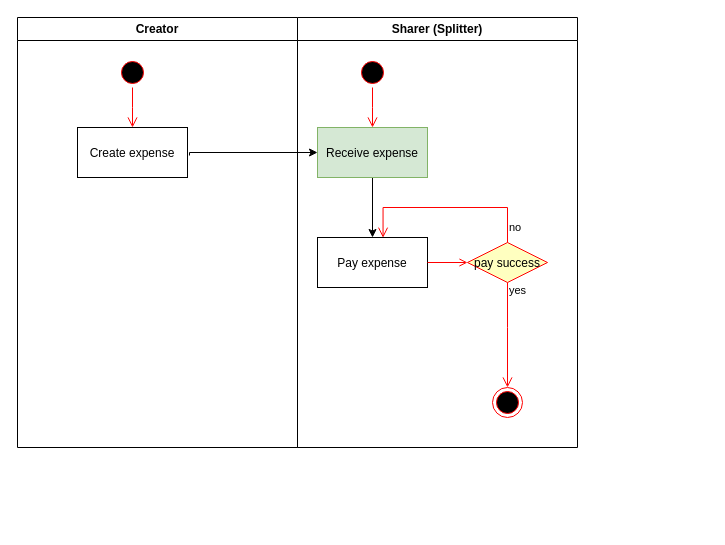
This is diagrams/DeSplitly.drawio from khoa-nvk/desplitly, a draw.io file, before an edit. Source tidied: cells renumbered, new cells numbered last; positions are measured from the earlier drawing's top-left corner, leaving out a move shared by most shapes. Both pictures are drawn from the tidied source at 100%, with x=0, y=0 at pixel (17, 17).
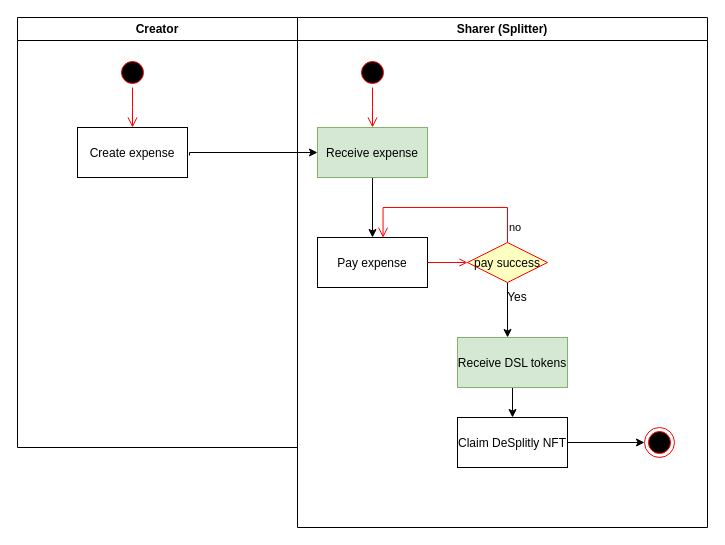
The same diagram, later.

The change refers to these unchanged cells:
```xml
<mxCell id="12" value="pay success" style="rhombus;fillColor=#ffffc0;strokeColor=#ff0000;" parent="6" vertex="1">
  <mxGeometry x="170" y="225" width="80" height="40" as="geometry" />
</mxCell>
```

What changed in the source:
```diff
@@
     <mxCell id="6" value="Sharer (Splitter)" style="swimlane;whiteSpace=wrap;" parent="1" vertex="1">
-      <mxGeometry x="280" width="280" height="430" as="geometry" />
+      <mxGeometry x="280" width="410" height="510" as="geometry" />
     </mxCell>
@@
+    <mxCell id="18" style="edgeStyle=orthogonalEdgeStyle;rounded=0;jettySize=auto;html=1;exitX=0.5;exitY=1;exitDx=0;exitDy=0;entryX=0.455;entryY=0;entryDx=0;entryDy=0;entryPerimeter=0;" parent="6" edge="1" source="12" target="20">
+      <mxGeometry relative="1" as="geometry" />
+    </mxCell>
@@
-    <mxCell id="13" value="yes" style="edgeStyle=elbowEdgeStyle;elbow=horizontal;align=left;verticalAlign=top;endArrow=open;endSize=8;strokeColor=#FF0000;endFill=1;rounded=0;entryX=0.5;entryY=0;entryDx=0;entryDy=0;" parent="6" edge="1" source="12" target="15">
-      <mxGeometry x="-1" y="-5" relative="1" as="geometry">
-        <Array as="points">
-          <mxPoint x="210" y="310" />
-        </Array>
-        <mxPoint x="5" y="-5" as="offset" />
-      </mxGeometry>
-    </mxCell>
@@
     <mxCell id="15" style="ellipse;html=1;shape=endState;fillColor=#000000;strokeColor=#ff0000;" parent="6" vertex="1">
-      <mxGeometry x="195" y="370" width="30" height="30" as="geometry" />
+      <mxGeometry x="347" y="410" width="30" height="30" as="geometry" />
     </mxCell>
@@
+    <mxCell id="19" style="edgeStyle=orthogonalEdgeStyle;rounded=0;jettySize=auto;html=1;" parent="6" edge="1" source="20" target="23">
+      <mxGeometry relative="1" as="geometry" />
+    </mxCell>
+    <mxCell id="20" value="Receive DSL tokens" style="fillColor=#d5e8d4;strokeColor=#82b366;" parent="6" vertex="1">
+      <mxGeometry x="160" y="320" width="110" height="50" as="geometry" />
+    </mxCell>
+    <mxCell id="21" value="Yes" style="text;html=1;strokeColor=none;fillColor=none;align=center;verticalAlign=middle;whiteSpace=wrap;rounded=0;" parent="6" vertex="1">
+      <mxGeometry x="190" y="265" width="60" height="30" as="geometry" />
+    </mxCell>
+    <mxCell id="22" style="edgeStyle=orthogonalEdgeStyle;rounded=0;jettySize=auto;html=1;" parent="6" edge="1" source="23" target="15">
+      <mxGeometry relative="1" as="geometry" />
+    </mxCell>
+    <mxCell id="23" value="Claim DeSplitly NFT" parent="6" vertex="1">
+      <mxGeometry x="160" y="400" width="110" height="50" as="geometry" />
+    </mxCell>
```
